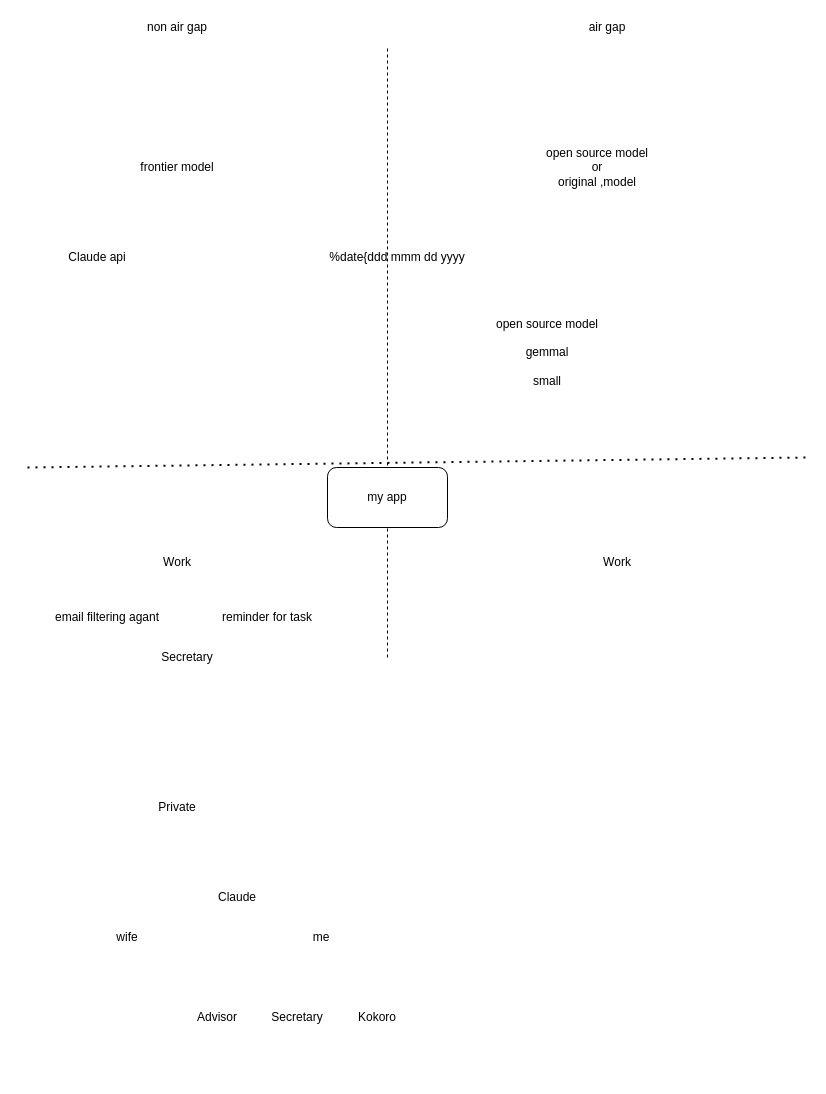
htatemura/LLM keeps this draw.io diagram as Concept.drawio. Above is the earlier version. Source tidied: cells renumbered, new cells numbered last; positions are measured from the earlier drawing's top-left corner, leaving out a move shared by most shapes. Both pictures are drawn from the tidied source at 100%, with x=0, y=0 at pixel (17, 17).
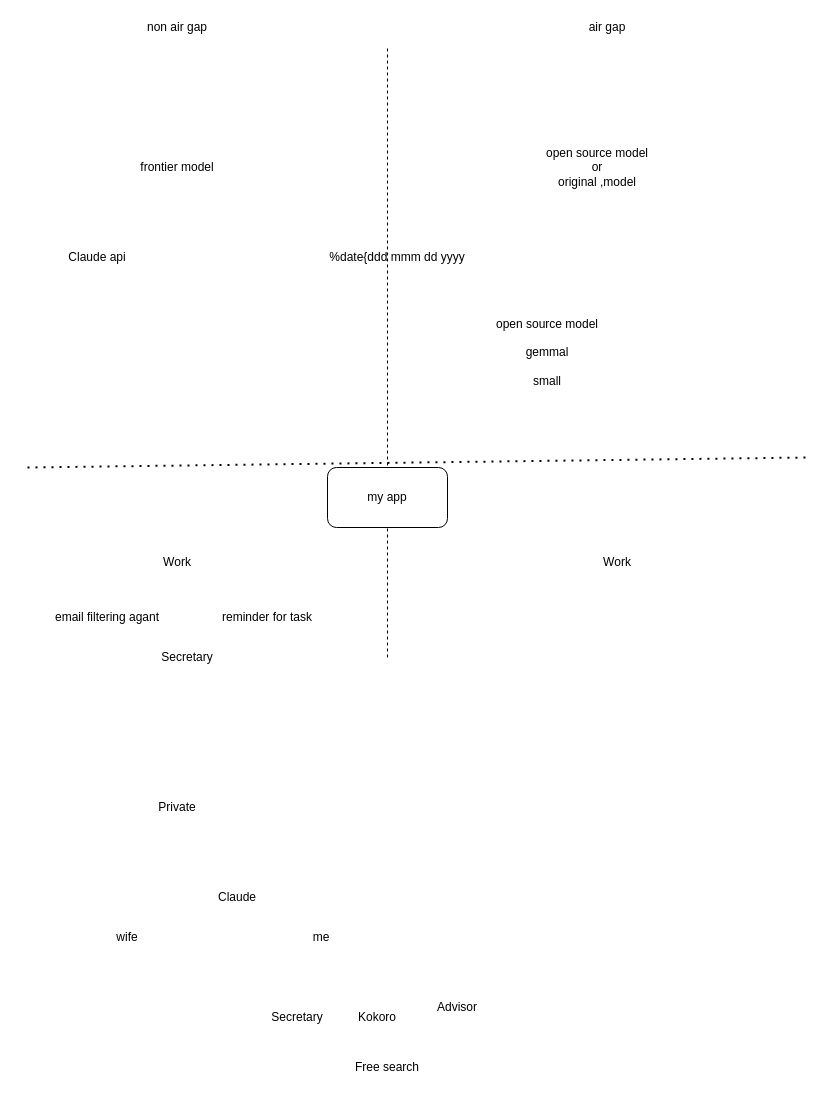
After the change.

Diff of the diagram source:
```diff
@@
     <mxCell id="23" value="Advisor" style="text;html=1;strokeColor=none;fillColor=none;align=center;verticalAlign=middle;whiteSpace=wrap;overflow=hidden;" parent="1" vertex="1">
-      <mxGeometry x="120" y="990" width="160" height="20" as="geometry" />
+      <mxGeometry x="360" y="980" width="160" height="20" as="geometry" />
     </mxCell>
+    <mxCell id="24" value="Free search" style="text;html=1;strokeColor=none;fillColor=none;align=center;verticalAlign=middle;whiteSpace=wrap;overflow=hidden;" parent="1" vertex="1">
+      <mxGeometry x="290" y="1040" width="160" height="20" as="geometry" />
+    </mxCell>
```
